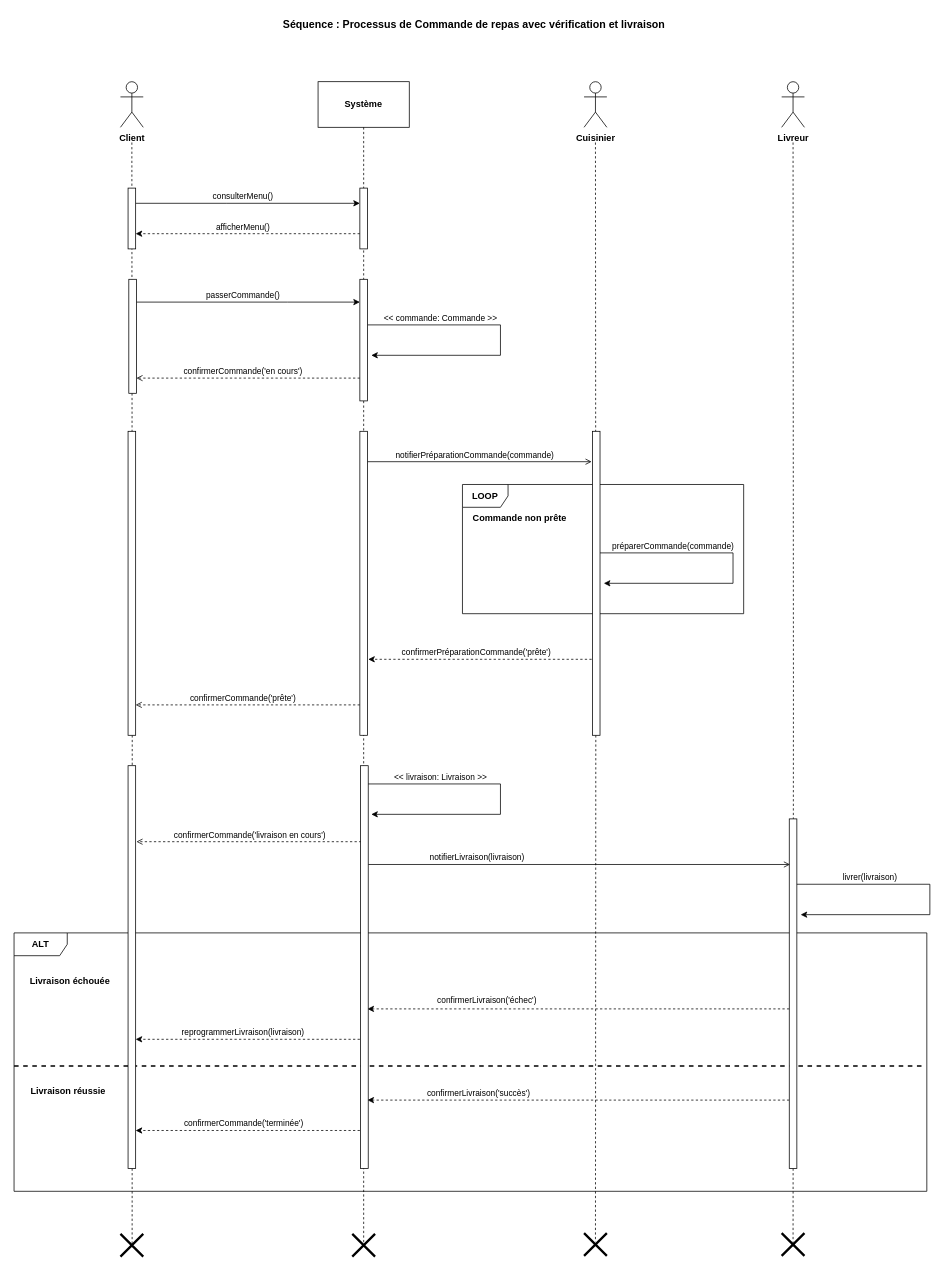
This is Semaine 1 - UML/Cours/Sources UML/04-example.drawio from nicolasvauchenet/cours_methodologie_formateur, a draw.io file, before an edit. Source tidied: cells renumbered, new cells numbered last; positions are measured from the earlier drawing's top-left corner, leaving out a move shared by most shapes. Both pictures are drawn from the tidied source at 76%, with x=0, y=0 at pixel (14, 13).
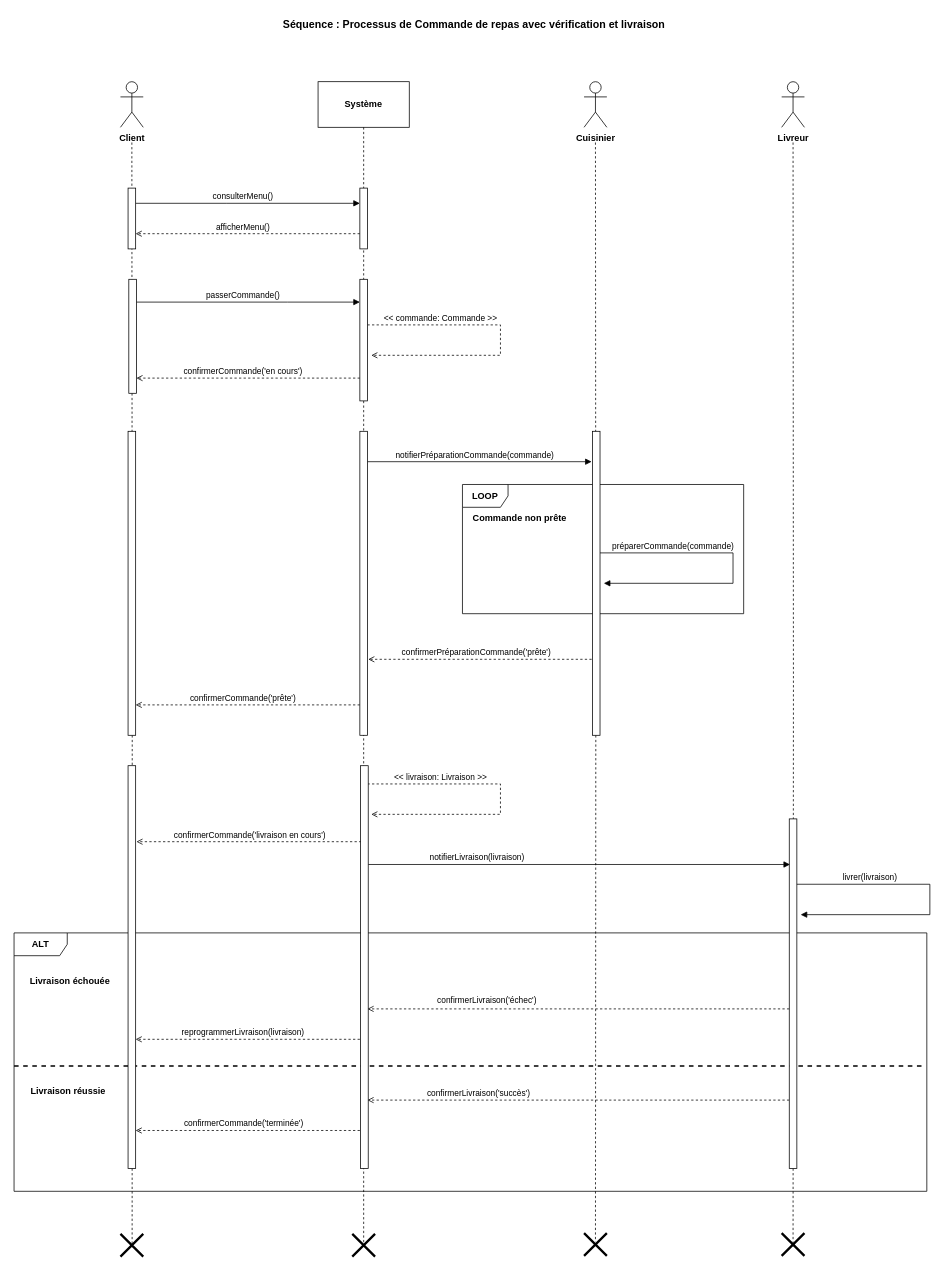
After the change.

The change refers to these unchanged cells:
```xml
<mxCell id="10" value="&lt;b&gt;ALT&lt;/b&gt;" style="shape=umlFrame;whiteSpace=wrap;html=1;width=70;height=30;" parent="1" vertex="1">
  <mxGeometry y="1210" width="1201" height="340" as="geometry" />
</mxCell>
<mxCell id="30" style="html=1;points=[[0,0,0,0,5],[0,1,0,0,-5],[1,0,0,0,5],[1,1,0,0,-5]];perimeter=orthogonalPerimeter;outlineConnect=0;targetShapes=umlLifeline;portConstraint=eastwest;newEdgeStyle={&quot;curved&quot;:0,&quot;rounded&quot;:0};" parent="1" vertex="1">
  <mxGeometry x="150" y="230" width="10" height="80" as="geometry" />
</mxCell>
<mxCell id="33" style="html=1;points=[[0,0,0,0,5],[0,1,0,0,-5],[1,0,0,0,5],[1,1,0,0,-5]];perimeter=orthogonalPerimeter;outlineConnect=0;targetShapes=umlLifeline;portConstraint=eastwest;newEdgeStyle={&quot;curved&quot;:0,&quot;rounded&quot;:0};" parent="1" vertex="1">
  <mxGeometry x="455" y="230" width="10" height="80" as="geometry" />
</mxCell>
<mxCell id="40" style="html=1;points=[[0,0,0,0,5],[0,1,0,0,-5],[1,0,0,0,5],[1,1,0,0,-5]];perimeter=orthogonalPerimeter;outlineConnect=0;targetShapes=umlLifeline;portConstraint=eastwest;newEdgeStyle={&quot;curved&quot;:0,&quot;rounded&quot;:0};" parent="1" vertex="1">
  <mxGeometry x="455" y="350" width="10" height="160" as="geometry" />
</mxCell>
<mxCell id="48" style="html=1;points=[[0,0,0,0,5],[0,1,0,0,-5],[1,0,0,0,5],[1,1,0,0,-5]];perimeter=orthogonalPerimeter;outlineConnect=0;targetShapes=umlLifeline;portConstraint=eastwest;newEdgeStyle={&quot;curved&quot;:0,&quot;rounded&quot;:0};" parent="1" vertex="1">
  <mxGeometry x="151" y="350" width="10" height="150" as="geometry" />
</mxCell>
```

The edit, as a diff of the source:
```diff
@@
-    <mxCell id="13" style="edgeStyle=orthogonalEdgeStyle;rounded=0;orthogonalLoop=1;jettySize=auto;html=1;curved=0;dashed=1;" parent="10" edge="1">
+    <mxCell id="13" style="edgeStyle=orthogonalEdgeStyle;rounded=0;orthogonalLoop=1;jettySize=auto;html=1;curved=0;dashed=1;endArrow=open;endFill=0;" parent="10" edge="1">
       <mxGeometry relative="1" as="geometry">
         <mxPoint x="1020" y="100" as="sourcePoint" />
         <mxPoint x="465" y="100" as="targetPoint" />
       </mxGeometry>
     </mxCell>
@@
-    <mxCell id="15" style="edgeStyle=orthogonalEdgeStyle;rounded=0;orthogonalLoop=1;jettySize=auto;html=1;curved=0;dashed=1;" parent="10" edge="1">
+    <mxCell id="15" style="edgeStyle=orthogonalEdgeStyle;rounded=0;orthogonalLoop=1;jettySize=auto;html=1;curved=0;dashed=1;endArrow=open;endFill=0;" parent="10" edge="1">
       <mxGeometry relative="1" as="geometry">
         <mxPoint x="1020" y="220" as="sourcePoint" />
         <mxPoint x="465" y="220" as="targetPoint" />
       </mxGeometry>
     </mxCell>
@@
-    <mxCell id="17" style="edgeStyle=orthogonalEdgeStyle;rounded=0;orthogonalLoop=1;jettySize=auto;html=1;curved=0;dashed=1;" parent="10" edge="1">
+    <mxCell id="17" style="edgeStyle=orthogonalEdgeStyle;rounded=0;orthogonalLoop=1;jettySize=auto;html=1;curved=0;dashed=1;endArrow=open;endFill=0;" parent="10" edge="1">
       <mxGeometry relative="1" as="geometry">
         <mxPoint x="455" y="140" as="sourcePoint" />
         <mxPoint x="160" y="140" as="targetPoint" />
       </mxGeometry>
     </mxCell>
@@
-    <mxCell id="19" style="edgeStyle=orthogonalEdgeStyle;rounded=0;orthogonalLoop=1;jettySize=auto;html=1;curved=0;dashed=1;" parent="10" edge="1">
+    <mxCell id="19" style="edgeStyle=orthogonalEdgeStyle;rounded=0;orthogonalLoop=1;jettySize=auto;html=1;curved=0;dashed=1;endArrow=open;endFill=0;" parent="10" edge="1">
       <mxGeometry relative="1" as="geometry">
         <mxPoint x="455" y="260" as="sourcePoint" />
         <mxPoint x="160" y="260" as="targetPoint" />
       </mxGeometry>
     </mxCell>
@@
-    <mxCell id="28" style="edgeStyle=orthogonalEdgeStyle;rounded=0;jettySize=auto;html=1;curved=0;" parent="1" edge="1" source="30" target="33">
+    <mxCell id="28" style="edgeStyle=orthogonalEdgeStyle;rounded=0;jettySize=auto;html=1;curved=0;endArrow=block;endFill=1;" parent="1" edge="1" source="30" target="33">
       <mxGeometry relative="1" as="geometry">
         <Array as="points">
           <mxPoint x="280" y="250" />
           <mxPoint x="280" y="250" />
         </Array>
       </mxGeometry>
     </mxCell>
@@
-    <mxCell id="31" style="edgeStyle=orthogonalEdgeStyle;rounded=0;orthogonalLoop=1;jettySize=auto;html=1;curved=0;dashed=1;" parent="1" edge="1">
+    <mxCell id="31" style="edgeStyle=orthogonalEdgeStyle;rounded=0;orthogonalLoop=1;jettySize=auto;html=1;curved=0;dashed=1;endArrow=open;endFill=0;" parent="1" edge="1">
       <mxGeometry relative="1" as="geometry">
         <mxPoint x="455" y="290" as="sourcePoint" />
         <mxPoint x="160" y="290" as="targetPoint" />
       </mxGeometry>
     </mxCell>
@@
-    <mxCell id="34" style="edgeStyle=orthogonalEdgeStyle;rounded=0;jettySize=auto;html=1;curved=0;endArrow=classic;endFill=1;" parent="1" edge="1" source="40">
+    <mxCell id="34" style="edgeStyle=orthogonalEdgeStyle;rounded=0;jettySize=auto;html=1;curved=0;endArrow=open;endFill=0;dashed=1;" parent="1" edge="1" source="40">
       <mxGeometry relative="1" as="geometry">
         <mxPoint x="470" y="450" as="targetPoint" />
         <Array as="points">
           <mxPoint x="640" y="410" />
           <mxPoint x="640" y="450" />
         </Array>
       </mxGeometry>
     </mxCell>
@@
-    <mxCell id="38" style="edgeStyle=orthogonalEdgeStyle;rounded=0;orthogonalLoop=1;jettySize=auto;html=1;curved=0;endArrow=open;endFill=0;" parent="1" edge="1">
+    <mxCell id="38" style="edgeStyle=orthogonalEdgeStyle;rounded=0;orthogonalLoop=1;jettySize=auto;html=1;curved=0;endArrow=block;endFill=1;" parent="1" edge="1">
       <mxGeometry relative="1" as="geometry">
         <mxPoint x="465" y="590" as="sourcePoint" />
         <mxPoint x="760" y="590" as="targetPoint" />
       </mxGeometry>
     </mxCell>
@@
-    <mxCell id="46" style="edgeStyle=orthogonalEdgeStyle;rounded=0;jettySize=auto;html=1;curved=0;" parent="1" edge="1" source="48" target="40">
+    <mxCell id="46" style="edgeStyle=orthogonalEdgeStyle;rounded=0;jettySize=auto;html=1;curved=0;endArrow=block;endFill=1;" parent="1" edge="1" source="48" target="40">
       <mxGeometry relative="1" as="geometry">
         <Array as="points">
           <mxPoint x="360" y="380" />
           <mxPoint x="360" y="380" />
         </Array>
       </mxGeometry>
     </mxCell>
@@
-    <mxCell id="50" style="edgeStyle=orthogonalEdgeStyle;rounded=0;orthogonalLoop=1;jettySize=auto;html=1;curved=0;endArrow=classic;endFill=1;" parent="1" edge="1">
+    <mxCell id="50" style="edgeStyle=orthogonalEdgeStyle;rounded=0;orthogonalLoop=1;jettySize=auto;html=1;curved=0;endArrow=block;endFill=1;" parent="1" edge="1">
       <mxGeometry relative="1" as="geometry">
         <mxPoint x="771" y="710" as="sourcePoint" />
         <mxPoint x="776" y="750" as="targetPoint" />
         <Array as="points">
           <mxPoint x="946" y="710" />
           <mxPoint x="946" y="750" />
         </Array>
       </mxGeometry>
     </mxCell>
@@
-    <mxCell id="52" style="edgeStyle=orthogonalEdgeStyle;rounded=0;orthogonalLoop=1;jettySize=auto;html=1;curved=0;entryX=1.1;entryY=0.279;entryDx=0;entryDy=0;entryPerimeter=0;dashed=1;" parent="1" edge="1">
+    <mxCell id="52" style="edgeStyle=orthogonalEdgeStyle;rounded=0;orthogonalLoop=1;jettySize=auto;html=1;curved=0;entryX=1.1;entryY=0.279;entryDx=0;entryDy=0;entryPerimeter=0;dashed=1;endArrow=open;endFill=0;" parent="1" edge="1">
       <mxGeometry relative="1" as="geometry">
         <mxPoint x="760" y="850" as="sourcePoint" />
         <mxPoint x="466" y="850" as="targetPoint" />
         <Array as="points">
           <mxPoint x="610" y="850.9" />
         </Array>
       </mxGeometry>
     </mxCell>
@@
-    <mxCell id="55" style="edgeStyle=orthogonalEdgeStyle;rounded=0;orthogonalLoop=1;jettySize=auto;html=1;curved=0;endArrow=classic;endFill=1;" parent="1" edge="1">
+    <mxCell id="55" style="edgeStyle=orthogonalEdgeStyle;rounded=0;orthogonalLoop=1;jettySize=auto;html=1;curved=0;endArrow=open;endFill=0;dashed=1;" parent="1" edge="1">
       <mxGeometry relative="1" as="geometry">
         <mxPoint x="465" y="1014" as="sourcePoint" />
         <mxPoint x="470" y="1054" as="targetPoint" />
         <Array as="points">
           <mxPoint x="640" y="1014" />
           <mxPoint x="640" y="1054" />
         </Array>
       </mxGeometry>
     </mxCell>
@@
-    <mxCell id="57" style="edgeStyle=orthogonalEdgeStyle;rounded=0;orthogonalLoop=1;jettySize=auto;html=1;curved=0;endArrow=classic;endFill=1;" parent="1" edge="1">
+    <mxCell id="57" style="edgeStyle=orthogonalEdgeStyle;rounded=0;orthogonalLoop=1;jettySize=auto;html=1;curved=0;endArrow=block;endFill=1;" parent="1" edge="1">
       <mxGeometry relative="1" as="geometry">
         <mxPoint x="1030" y="1146" as="sourcePoint" />
         <mxPoint x="1035" y="1186" as="targetPoint" />
         <Array as="points">
           <mxPoint x="1205" y="1146" />
           <mxPoint x="1205" y="1186" />
         </Array>
       </mxGeometry>
     </mxCell>
@@
-    <mxCell id="59" style="edgeStyle=orthogonalEdgeStyle;rounded=0;orthogonalLoop=1;jettySize=auto;html=1;curved=0;endArrow=open;endFill=0;" parent="1" edge="1">
+    <mxCell id="59" style="edgeStyle=orthogonalEdgeStyle;rounded=0;orthogonalLoop=1;jettySize=auto;html=1;curved=0;endArrow=block;endFill=1;" parent="1" edge="1">
       <mxGeometry relative="1" as="geometry">
         <mxPoint x="466" y="1120" as="sourcePoint" />
         <mxPoint x="1021" y="1120" as="targetPoint" />
       </mxGeometry>
     </mxCell>
```
